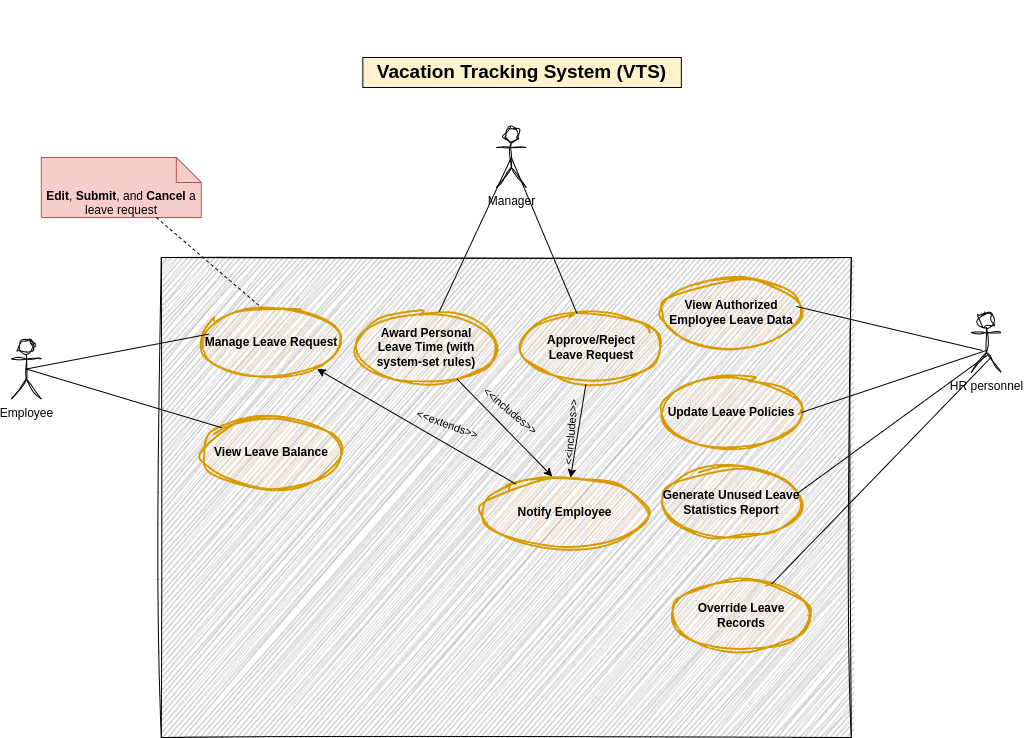
Above: diagrams/useCaseDiagram.png in abdoemadselim/Vacation-Tracking-System (draw.io), before the change. Source tidied: cells renumbered, new cells last; positions are measured from the earlier drawing's top-left corner, leaving out a move shared by most shapes.
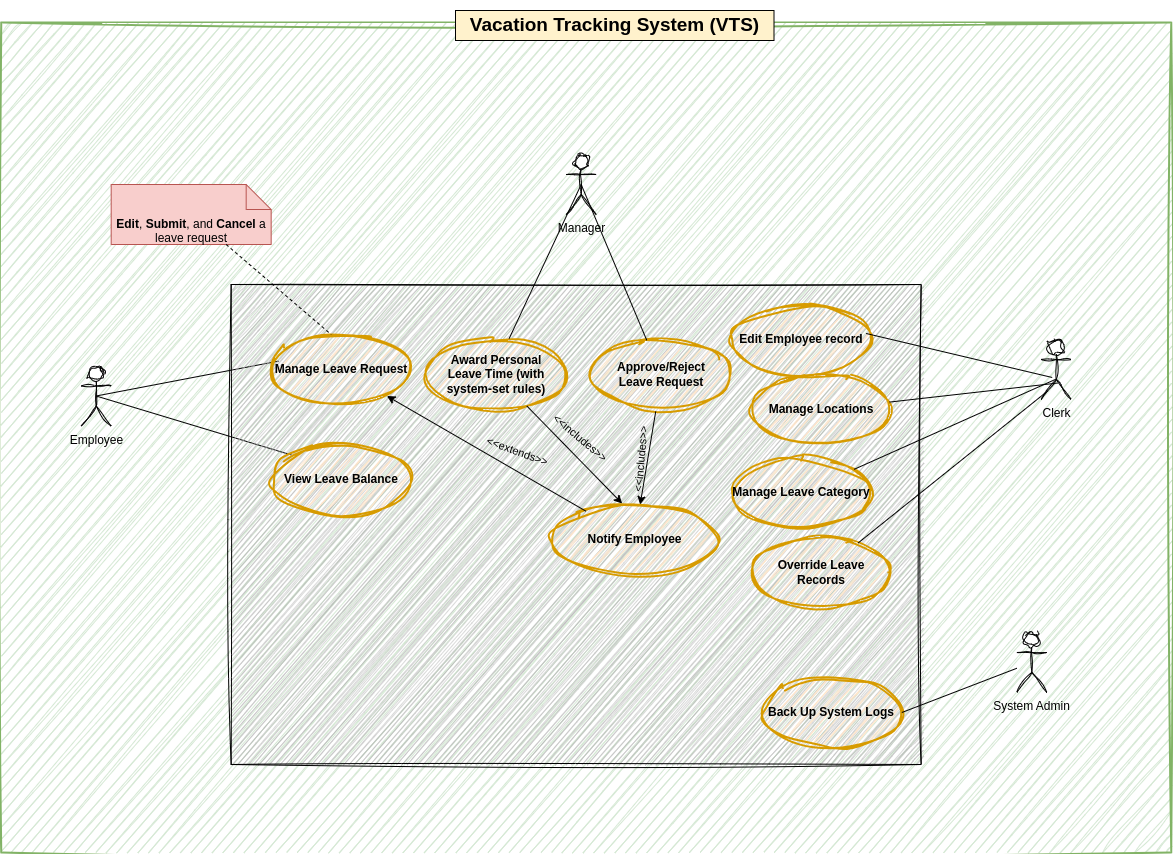
After the change.

What changed in the source:
```diff
@@ -3,105 +3,117 @@
     <mxCell id="0" />
     <mxCell id="1" parent="0" />
     <mxCell id="2" style="group;" parent="1" vertex="1">
-      <mxGeometry x="-0.2" width="990" height="737" as="geometry" />
+      <mxGeometry x="-0.2" width="1170" height="842" as="geometry" />
     </mxCell>
-    <mxCell id="3" style="group;" parent="2" vertex="1">
-      <mxGeometry x="30" width="960" height="737" as="geometry" />
+    <mxCell id="3" style="rounded=0;whiteSpace=wrap;html=1;fillColor=#d5e8d4;strokeColor=#82b366;strokeWidth=2;sketch=1;curveFitting=1;jiggle=2;" parent="2" vertex="1">
+      <mxGeometry y="12" width="1170" height="830" as="geometry" />
     </mxCell>
-    <mxCell id="4" style="rounded=0;whiteSpace=wrap;html=1;fillColor=#B3B3B3;strokeColor=default;gradientColor=none;shadow=0;glass=0;sketch=1;curveFitting=1;jiggle=2;align=center;labelBorderColor=none;labelBackgroundColor=none;" parent="3" vertex="1">
-      <mxGeometry x="120" y="257" width="690" height="480" as="geometry" />
+    <mxCell id="4" style="group;" parent="2" vertex="1">
+      <mxGeometry x="80" y="74" width="990" height="680" as="geometry" />
     </mxCell>
-    <mxCell id="5" value="Manage Leave Request" style="ellipse;whiteSpace=wrap;html=1;fillColor=#ffe6cc;strokeColor=#d79b00;sketch=1;curveFitting=1;jiggle=2;fontStyle=1;strokeWidth=2;movableLabel=0;" parent="3" vertex="1">
-      <mxGeometry x="160" y="307" width="140" height="70" as="geometry" />
+    <mxCell id="5" value="Employee" style="shape=umlActor;html=1;verticalLabelPosition=bottom;verticalAlign=top;align=center;sketch=1;curveFitting=1;jiggle=2;" parent="4" vertex="1">
+      <mxGeometry y="281.5" width="30" height="60" as="geometry" />
     </mxCell>
-    <mxCell id="6" value="Generate Unused Leave Statistics Report" style="ellipse;whiteSpace=wrap;html=1;fillColor=#ffe6cc;strokeColor=#d79b00;sketch=1;curveFitting=1;jiggle=2;fontStyle=1;fillStyle=hachure;strokeWidth=2;" parent="3" vertex="1">
-      <mxGeometry x="620" y="467" width="140" height="70" as="geometry" />
+    <mxCell id="6" style="endArrow=none;html=1;rounded=0;exitX=0.5;exitY=0.5;exitDx=0;exitDy=0;exitPerimeter=0;entryX=0;entryY=0;entryDx=0;entryDy=0;" parent="4" edge="1" source="5" target="10">
+      <mxGeometry relative="1" as="geometry" />
     </mxCell>
-    <mxCell id="7" value="View Leave Balance" style="ellipse;whiteSpace=wrap;html=1;fillColor=#ffe6cc;strokeColor=#d79b00;sketch=1;curveFitting=1;jiggle=2;fontStyle=1;strokeWidth=2;" parent="3" vertex="1">
-      <mxGeometry x="160" y="417" width="140" height="70" as="geometry" />
+    <mxCell id="7" style="endArrow=none;html=1;rounded=0;exitX=0.5;exitY=0.5;exitDx=0;exitDy=0;exitPerimeter=0;entryX=0.053;entryY=0.38;entryDx=0;entryDy=0;entryPerimeter=0;" parent="4" edge="1" source="5" target="9">
+      <mxGeometry relative="1" as="geometry" />
     </mxCell>
-    <mxCell id="8" value="Approve/Reject &lt;br&gt;Leave Request" style="ellipse;whiteSpace=wrap;html=1;fillColor=#ffe6cc;strokeColor=#d79b00;sketch=1;curveFitting=1;jiggle=2;fontStyle=1;fillStyle=hachure;strokeWidth=2;" parent="3" vertex="1">
-      <mxGeometry x="480" y="312" width="140" height="70" as="geometry" />
+    <mxCell id="8" style="rounded=0;whiteSpace=wrap;html=1;fillColor=#B3B3B3;strokeColor=default;gradientColor=none;shadow=0;glass=0;sketch=1;curveFitting=1;jiggle=2;align=center;labelBorderColor=none;labelBackgroundColor=none;" parent="4" vertex="1">
+      <mxGeometry x="150" y="200" width="690" height="480" as="geometry" />
     </mxCell>
-    <mxCell id="9" value="Award Personal &lt;br&gt;Leave Time (with system-set rules)" style="ellipse;whiteSpace=wrap;html=1;fillColor=#ffe6cc;strokeColor=#d79b00;sketch=1;curveFitting=1;jiggle=2;fontStyle=1;strokeWidth=2;" parent="3" vertex="1">
-      <mxGeometry x="315" y="312" width="140" height="70" as="geometry" />
+    <mxCell id="9" value="Manage Leave Request" style="ellipse;whiteSpace=wrap;html=1;fillColor=#ffe6cc;strokeColor=#d79b00;sketch=1;curveFitting=1;jiggle=2;fontStyle=1;strokeWidth=2;movableLabel=0;" parent="4" vertex="1">
+      <mxGeometry x="190" y="250" width="140" height="70" as="geometry" />
     </mxCell>
-    <mxCell id="10" value="View&amp;nbsp;&lt;span style=&quot;white-space-collapse: preserve; background-color: transparent; color: light-dark(rgb(0, 0, 0), rgb(255, 255, 255));&quot;&gt;Authorized &lt;/span&gt;&lt;span style=&quot;background-color: transparent; color: light-dark(rgb(0, 0, 0), rgb(255, 255, 255));&quot;&gt;Employee&amp;nbsp;&lt;/span&gt;Leave Data" style="ellipse;whiteSpace=wrap;html=1;fillColor=#ffe6cc;strokeColor=#d79b00;sketch=1;curveFitting=1;jiggle=2;fontStyle=1;perimeterSpacing=0;strokeWidth=2;" parent="3" vertex="1">
-      <mxGeometry x="620" y="277" width="140" height="70" as="geometry" />
+    <mxCell id="10" value="View Leave Balance" style="ellipse;whiteSpace=wrap;html=1;fillColor=#ffe6cc;strokeColor=#d79b00;sketch=1;curveFitting=1;jiggle=2;fontStyle=1;strokeWidth=2;" parent="4" vertex="1">
+      <mxGeometry x="190" y="360" width="140" height="70" as="geometry" />
     </mxCell>
-    <mxCell id="11" value="Update Leave Policies" style="ellipse;whiteSpace=wrap;html=1;fillColor=#ffe6cc;strokeColor=#d79b00;sketch=1;curveFitting=1;jiggle=2;fontStyle=1;fillStyle=hachure;strokeWidth=2;" parent="3" vertex="1">
-      <mxGeometry x="620" y="377" width="140" height="70" as="geometry" />
+    <mxCell id="11" value="Approve/Reject &lt;br&gt;Leave Request" style="ellipse;whiteSpace=wrap;html=1;fillColor=#ffe6cc;strokeColor=#d79b00;sketch=1;curveFitting=1;jiggle=2;fontStyle=1;fillStyle=hachure;strokeWidth=2;" parent="4" vertex="1">
+      <mxGeometry x="510" y="255" width="140" height="70" as="geometry" />
     </mxCell>
-    <mxCell id="12" value="Manager" style="shape=umlActor;html=1;verticalLabelPosition=bottom;verticalAlign=top;align=center;sketch=1;curveFitting=1;jiggle=2;" parent="3" vertex="1">
-      <mxGeometry x="455" y="127" width="30" height="60" as="geometry" />
+    <mxCell id="12" value="Award Personal &lt;br&gt;Leave Time (with system-set rules)" style="ellipse;whiteSpace=wrap;html=1;fillColor=#ffe6cc;strokeColor=#d79b00;sketch=1;curveFitting=1;jiggle=2;fontStyle=1;strokeWidth=2;" parent="4" vertex="1">
+      <mxGeometry x="345" y="255" width="140" height="70" as="geometry" />
     </mxCell>
-    <mxCell id="13" value="HR personnel" style="shape=umlActor;html=1;verticalLabelPosition=bottom;verticalAlign=top;align=center;sketch=1;curveFitting=1;jiggle=2;" parent="3" vertex="1">
-      <mxGeometry x="930" y="312" width="30" height="60" as="geometry" />
+    <mxCell id="13" value="Edit&lt;span style=&quot;white-space-collapse: preserve; background-color: transparent; color: light-dark(rgb(0, 0, 0), rgb(255, 255, 255));&quot;&gt; &lt;/span&gt;&lt;span style=&quot;background-color: transparent; color: light-dark(rgb(0, 0, 0), rgb(255, 255, 255));&quot;&gt;Employee record&lt;/span&gt;" style="ellipse;whiteSpace=wrap;html=1;fillColor=#ffe6cc;strokeColor=#d79b00;sketch=1;curveFitting=1;jiggle=2;fontStyle=1;perimeterSpacing=0;strokeWidth=2;" parent="4" vertex="1">
+      <mxGeometry x="650" y="220" width="140" height="70" as="geometry" />
     </mxCell>
-    <mxCell id="14" style="edgeStyle=orthogonalEdgeStyle;rounded=0;orthogonalLoop=1;jettySize=auto;html=1;exitX=0.5;exitY=1;exitDx=0;exitDy=0;" parent="3" edge="1" source="7" target="7">
-      <mxGeometry relative="1" as="geometry" />
+    <mxCell id="14" value="Manager" style="shape=umlActor;html=1;verticalLabelPosition=bottom;verticalAlign=top;align=center;sketch=1;curveFitting=1;jiggle=2;" parent="4" vertex="1">
+      <mxGeometry x="485" y="70" width="30" height="60" as="geometry" />
     </mxCell>
-    <mxCell id="15" style="endArrow=none;html=1;rounded=0;entryX=0.5;entryY=0.5;entryDx=0;entryDy=0;entryPerimeter=0;" parent="3" edge="1" source="8" target="12">
-      <mxGeometry relative="1" as="geometry" />
+    <mxCell id="15" value="Clerk" style="shape=umlActor;html=1;verticalLabelPosition=bottom;verticalAlign=top;align=center;sketch=1;curveFitting=1;jiggle=2;" parent="4" vertex="1">
+      <mxGeometry x="960" y="255" width="30" height="60" as="geometry" />
     </mxCell>
-    <mxCell id="16" style="endArrow=none;html=1;rounded=0;entryX=0.5;entryY=0.5;entryDx=0;entryDy=0;entryPerimeter=0;exitX=0.593;exitY=-0.014;exitDx=0;exitDy=0;exitPerimeter=0;" parent="3" edge="1" source="9" target="12">
+    <mxCell id="16" style="edgeStyle=orthogonalEdgeStyle;rounded=0;orthogonalLoop=1;jettySize=auto;html=1;exitX=0.5;exitY=1;exitDx=0;exitDy=0;" parent="4" edge="1" source="10" target="10">
       <mxGeometry relative="1" as="geometry" />
     </mxCell>
-    <mxCell id="17" style="endArrow=none;html=1;rounded=0;exitX=0.367;exitY=0.633;exitDx=0;exitDy=0;exitPerimeter=0;entryX=0.964;entryY=0.414;entryDx=0;entryDy=0;entryPerimeter=0;" parent="3" edge="1" source="13" target="10">
+    <mxCell id="17" style="endArrow=none;html=1;rounded=0;entryX=0.5;entryY=0.5;entryDx=0;entryDy=0;entryPerimeter=0;" parent="4" edge="1" source="11" target="14">
       <mxGeometry relative="1" as="geometry" />
     </mxCell>
-    <mxCell id="18" style="endArrow=none;html=1;rounded=0;exitX=0.5;exitY=0.633;exitDx=0;exitDy=0;exitPerimeter=0;entryX=1;entryY=0.5;entryDx=0;entryDy=0;" parent="3" edge="1" source="13" target="11">
+    <mxCell id="18" style="endArrow=none;html=1;rounded=0;entryX=0.5;entryY=0.5;entryDx=0;entryDy=0;entryPerimeter=0;exitX=0.593;exitY=-0.014;exitDx=0;exitDy=0;exitPerimeter=0;" parent="4" edge="1" source="12" target="14">
       <mxGeometry relative="1" as="geometry" />
     </mxCell>
-    <mxCell id="19" style="endArrow=none;html=1;rounded=0;exitX=0.567;exitY=0.7;exitDx=0;exitDy=0;exitPerimeter=0;entryX=0.971;entryY=0.371;entryDx=0;entryDy=0;entryPerimeter=0;" parent="3" edge="1" source="13" target="6">
+    <mxCell id="19" style="endArrow=none;html=1;rounded=0;exitX=0.367;exitY=0.633;exitDx=0;exitDy=0;exitPerimeter=0;entryX=0.964;entryY=0.414;entryDx=0;entryDy=0;entryPerimeter=0;" parent="4" edge="1" source="15" target="13">
       <mxGeometry relative="1" as="geometry" />
     </mxCell>
-    <mxCell id="20" value="&lt;h3&gt;&lt;font style=&quot;font-size: 19px;&quot; face=&quot;Helvetica&quot;&gt;Vacation Tracking System (VTS)&lt;/font&gt;&lt;/h3&gt;" style="text;html=1;align=center;verticalAlign=middle;whiteSpace=wrap;rounded=0;glass=0;fillColor=#fff2cc;strokeColor=light-dark(#000000, #6d5100);fontFamily=Lucida Console;" parent="3" vertex="1">
-      <mxGeometry x="321.5" y="57" width="318.5" height="30" as="geometry" />
+    <mxCell id="20" style="endArrow=classic;html=1;rounded=0;exitX=0.461;exitY=1.029;exitDx=0;exitDy=0;exitPerimeter=0;" parent="4" edge="1" source="11" target="22">
+      <mxGeometry relative="1" as="geometry" />
     </mxCell>
-    <mxCell id="21" style="endArrow=classic;html=1;rounded=0;exitX=0.461;exitY=1.029;exitDx=0;exitDy=0;exitPerimeter=0;" parent="3" edge="1" source="8" target="23">
-      <mxGeometry relative="1" as="geometry" />
+    <mxCell id="21" value="&amp;lt;&amp;lt;includes&amp;gt;&amp;gt;" style="text;html=1;align=center;verticalAlign=middle;whiteSpace=wrap;rounded=0;rotation=-85;fontSize=11;" parent="4" vertex="1">
+      <mxGeometry x="530" y="360" width="60" height="30" as="geometry" />
     </mxCell>
-    <mxCell id="22" value="&amp;lt;&amp;lt;includes&amp;gt;&amp;gt;" style="text;html=1;align=center;verticalAlign=middle;whiteSpace=wrap;rounded=0;rotation=-85;fontSize=11;" parent="3" vertex="1">
-      <mxGeometry x="500" y="417" width="60" height="30" as="geometry" />
+    <mxCell id="22" value="Notify Employee" style="ellipse;whiteSpace=wrap;html=1;fillColor=#ffe6cc;strokeColor=#d79b00;sketch=1;curveFitting=1;jiggle=2;fontStyle=1;strokeWidth=2;" parent="4" vertex="1">
+      <mxGeometry x="470" y="420" width="167" height="70" as="geometry" />
     </mxCell>
-    <mxCell id="23" value="Notify Employee" style="ellipse;whiteSpace=wrap;html=1;fillColor=#ffe6cc;strokeColor=#d79b00;sketch=1;curveFitting=1;jiggle=2;fontStyle=1;strokeWidth=2;" parent="3" vertex="1">
-      <mxGeometry x="440" y="477" width="167" height="70" as="geometry" />
+    <mxCell id="23" value="&lt;div style=&quot;&quot;&gt;Override Leave Records&lt;/div&gt;" style="ellipse;whiteSpace=wrap;html=1;fillColor=#ffe6cc;strokeColor=#d79b00;sketch=1;curveFitting=1;jiggle=2;fontStyle=1;fillStyle=hachure;strokeWidth=2;align=center;" parent="4" vertex="1">
+      <mxGeometry x="670" y="453" width="140" height="70" as="geometry" />
     </mxCell>
-    <mxCell id="24" value="&lt;div style=&quot;&quot;&gt;Override Leave Records&lt;/div&gt;" style="ellipse;whiteSpace=wrap;html=1;fillColor=#ffe6cc;strokeColor=#d79b00;sketch=1;curveFitting=1;jiggle=2;fontStyle=1;fillStyle=hachure;strokeWidth=2;align=center;" parent="3" vertex="1">
-      <mxGeometry x="630" y="580" width="140" height="70" as="geometry" />
+    <mxCell id="24" style="endArrow=none;html=1;rounded=0;exitX=0.23;exitY=0.853;exitDx=0;exitDy=0;exitPerimeter=0;" parent="4" edge="1" source="15" target="23">
+      <mxGeometry relative="1" as="geometry" />
     </mxCell>
-    <mxCell id="25" style="endArrow=none;html=1;rounded=0;exitX=0.643;exitY=0.756;exitDx=0;exitDy=0;exitPerimeter=0;" parent="3" edge="1" source="13" target="24">
-      <mxGeometry relative="1" as="geometry" />
+    <mxCell id="25" value="&lt;b&gt;Edit&lt;/b&gt;, &lt;b&gt;Submit&lt;/b&gt;, and &lt;b&gt;Cancel&lt;/b&gt; a leave request" style="shape=note2;boundedLbl=1;whiteSpace=wrap;html=1;size=25;verticalAlign=top;align=center;fillColor=#f8cecc;strokeColor=#b85450;" parent="4" vertex="1">
+      <mxGeometry x="30" y="100" width="160" height="60" as="geometry" />
     </mxCell>
-    <mxCell id="26" value="&lt;b&gt;Edit&lt;/b&gt;, &lt;b&gt;Submit&lt;/b&gt;, and &lt;b&gt;Cancel&lt;/b&gt; a leave request" style="shape=note2;boundedLbl=1;whiteSpace=wrap;html=1;size=25;verticalAlign=top;align=center;fillColor=#f8cecc;strokeColor=#b85450;" parent="3" vertex="1">
-      <mxGeometry y="157" width="160" height="60" as="geometry" />
+    <mxCell id="26" style="endArrow=none;dashed=1;html=1;rounded=0;" parent="4" edge="1" source="25">
+      <mxGeometry relative="1" as="geometry">
+        <mxPoint x="250" y="250" as="targetPoint" />
+      </mxGeometry>
     </mxCell>
-    <mxCell id="27" style="endArrow=none;dashed=1;html=1;rounded=0;" parent="3" edge="1" source="26">
-      <mxGeometry relative="1" as="geometry">
-        <mxPoint x="220" y="307" as="targetPoint" />
-      </mxGeometry>
+    <mxCell id="27" value="&amp;lt;&amp;lt;extends&amp;gt;&amp;gt;" style="text;html=1;align=center;verticalAlign=middle;whiteSpace=wrap;rounded=0;rotation=20;fontSize=11;" parent="4" vertex="1">
+      <mxGeometry x="400" y="360" width="73" height="13" as="geometry" />
     </mxCell>
-    <mxCell id="28" value="&amp;lt;&amp;lt;extends&amp;gt;&amp;gt;" style="text;html=1;align=center;verticalAlign=middle;whiteSpace=wrap;rounded=0;rotation=20;fontSize=11;" parent="3" vertex="1">
-      <mxGeometry x="370" y="417" width="73" height="13" as="geometry" />
+    <mxCell id="28" style="endArrow=classic;html=1;rounded=0;entryX=0.425;entryY=-0.014;entryDx=0;entryDy=0;entryPerimeter=0;" parent="4" edge="1" source="12" target="22">
+      <mxGeometry relative="1" as="geometry" />
     </mxCell>
-    <mxCell id="29" style="endArrow=classic;html=1;rounded=0;entryX=0.425;entryY=-0.014;entryDx=0;entryDy=0;entryPerimeter=0;" parent="3" edge="1" source="9" target="23">
-      <mxGeometry relative="1" as="geometry" />
+    <mxCell id="29" value="&amp;lt;&amp;lt;includes&amp;gt;&amp;gt;" style="text;html=1;align=center;verticalAlign=middle;whiteSpace=wrap;rounded=0;rotation=40;fontSize=11;" parent="4" vertex="1">
+      <mxGeometry x="463.5" y="347" width="73" height="13" as="geometry" />
     </mxCell>
-    <mxCell id="30" value="&amp;lt;&amp;lt;includes&amp;gt;&amp;gt;" style="text;html=1;align=center;verticalAlign=middle;whiteSpace=wrap;rounded=0;rotation=40;fontSize=11;" parent="3" vertex="1">
-      <mxGeometry x="433.5" y="404" width="73" height="13" as="geometry" />
+    <mxCell id="30" style="endArrow=classic;html=1;rounded=0;" parent="4" edge="1" source="22" target="9">
+      <mxGeometry relative="1" as="geometry" />
     </mxCell>
-    <mxCell id="31" style="endArrow=classic;html=1;rounded=0;" parent="3" edge="1" source="23" target="5">
-      <mxGeometry relative="1" as="geometry" />
+    <mxCell id="31" value="System Admin" style="shape=umlActor;html=1;verticalLabelPosition=bottom;verticalAlign=top;align=center;sketch=1;curveFitting=1;jiggle=2;" parent="4" vertex="1">
+      <mxGeometry x="935.7" y="548" width="30" height="60" as="geometry" />
     </mxCell>
-    <mxCell id="32" value="Employee" style="shape=umlActor;html=1;verticalLabelPosition=bottom;verticalAlign=top;align=center;sketch=1;curveFitting=1;jiggle=2;" parent="2" vertex="1">
-      <mxGeometry y="338.5" width="30" height="60" as="geometry" />
+    <mxCell id="32" value="&lt;div style=&quot;&quot;&gt;Back Up System Logs&lt;/div&gt;" style="ellipse;whiteSpace=wrap;html=1;fillColor=#ffe6cc;strokeColor=#d79b00;sketch=1;curveFitting=1;jiggle=2;fontStyle=1;fillStyle=hachure;strokeWidth=2;align=center;" parent="4" vertex="1">
+      <mxGeometry x="680.7" y="593" width="140" height="70" as="geometry" />
     </mxCell>
-    <mxCell id="33" style="endArrow=none;html=1;rounded=0;exitX=0.5;exitY=0.5;exitDx=0;exitDy=0;exitPerimeter=0;entryX=0;entryY=0;entryDx=0;entryDy=0;" parent="2" edge="1" source="32" target="7">
+    <mxCell id="33" style="endArrow=none;html=1;rounded=0;exitX=1;exitY=0.5;exitDx=0;exitDy=0;" parent="4" edge="1" source="32" target="31">
       <mxGeometry relative="1" as="geometry" />
     </mxCell>
-    <mxCell id="34" style="endArrow=none;html=1;rounded=0;exitX=0.5;exitY=0.5;exitDx=0;exitDy=0;exitPerimeter=0;entryX=0.053;entryY=0.38;entryDx=0;entryDy=0;entryPerimeter=0;" parent="2" edge="1" source="32" target="5">
-      <mxGeometry relative="1" as="geometry" />
+    <mxCell id="34" value="Manage Leave Category" style="ellipse;whiteSpace=wrap;html=1;fillColor=#ffe6cc;strokeColor=#d79b00;sketch=1;curveFitting=1;jiggle=2;fontStyle=1;fillStyle=hachure;strokeWidth=2;" parent="4" vertex="1">
+      <mxGeometry x="650.7" y="373" width="140" height="70" as="geometry" />
     </mxCell>
+    <mxCell id="35" style="endArrow=none;html=1;rounded=0;entryX=0.484;entryY=0.663;entryDx=0;entryDy=0;entryPerimeter=0;" parent="4" edge="1" source="34" target="15">
+      <mxGeometry relative="1" as="geometry" />
+    </mxCell>
+    <mxCell id="36" value="Manage Locations" style="ellipse;whiteSpace=wrap;html=1;fillColor=#ffe6cc;strokeColor=#d79b00;sketch=1;curveFitting=1;jiggle=2;fontStyle=1;fillStyle=hachure;strokeWidth=2;" parent="4" vertex="1">
+      <mxGeometry x="670" y="290" width="140" height="70" as="geometry" />
+    </mxCell>
+    <mxCell id="37" style="endArrow=none;html=1;rounded=0;entryX=0.548;entryY=0.726;entryDx=0;entryDy=0;entryPerimeter=0;" parent="4" edge="1" source="36" target="15">
+      <mxGeometry relative="1" as="geometry" />
+    </mxCell>
+    <mxCell id="38" value="&lt;h3&gt;&lt;font style=&quot;font-size: 19px;&quot; face=&quot;Helvetica&quot;&gt;Vacation Tracking System (VTS)&lt;/font&gt;&lt;/h3&gt;" style="text;html=1;align=center;verticalAlign=middle;whiteSpace=wrap;rounded=0;glass=0;fillColor=#fff2cc;strokeColor=light-dark(#000000, #6d5100);fontFamily=Lucida Console;" parent="2" vertex="1">
+      <mxGeometry x="454.3" width="318.5" height="30" as="geometry" />
+    </mxCell>
   </root>
 </mxGraphModel>
```
